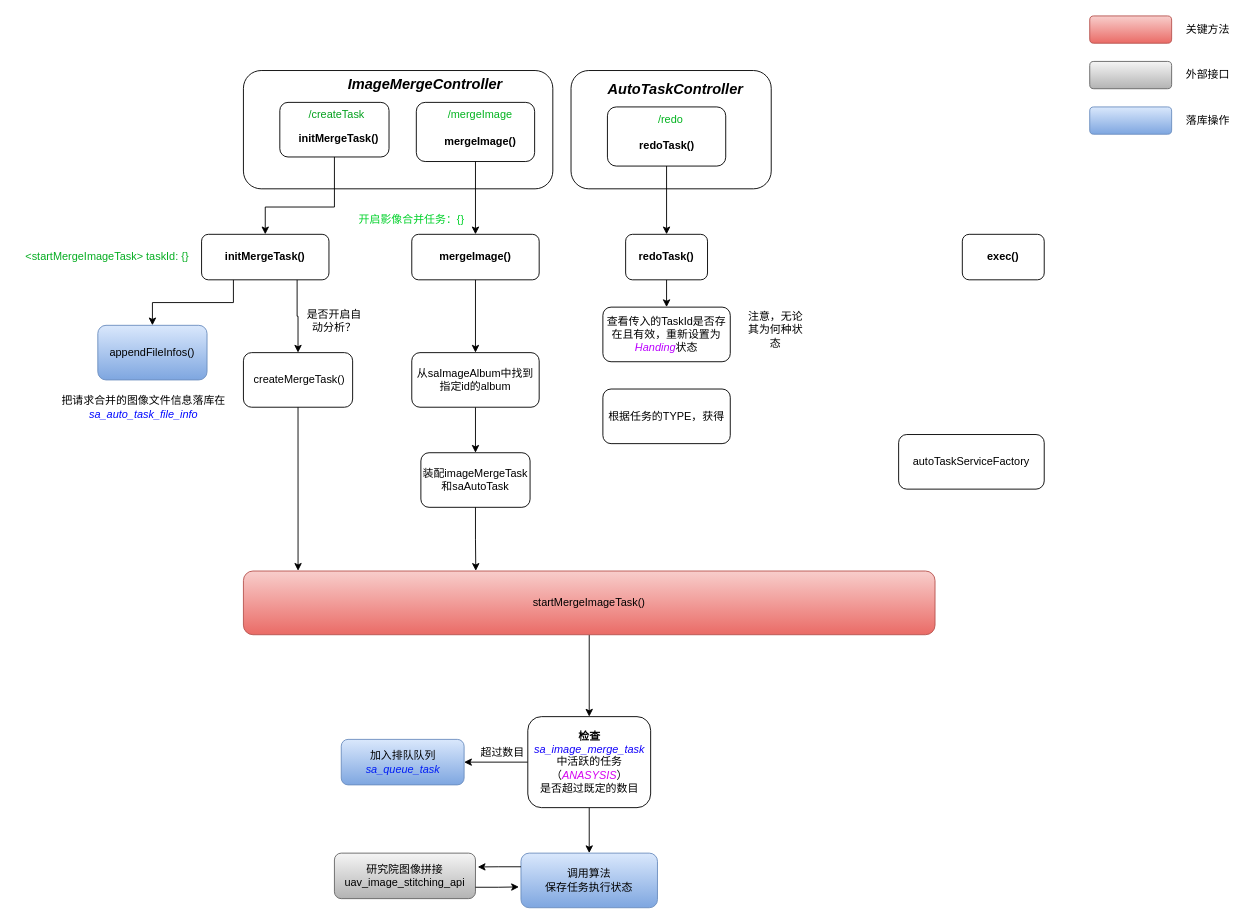
Above: 图像拼接主要接口逻辑.drawio in RK-JD/DrawIO (draw.io), before the change. Source tidied: cells renumbered, new cells numbered last; positions are measured from the earlier drawing's top-left corner, leaving out a move shared by most shapes. Both pictures are drawn from the tidied source at 91%, with x=0, y=0 at pixel (15, 15).
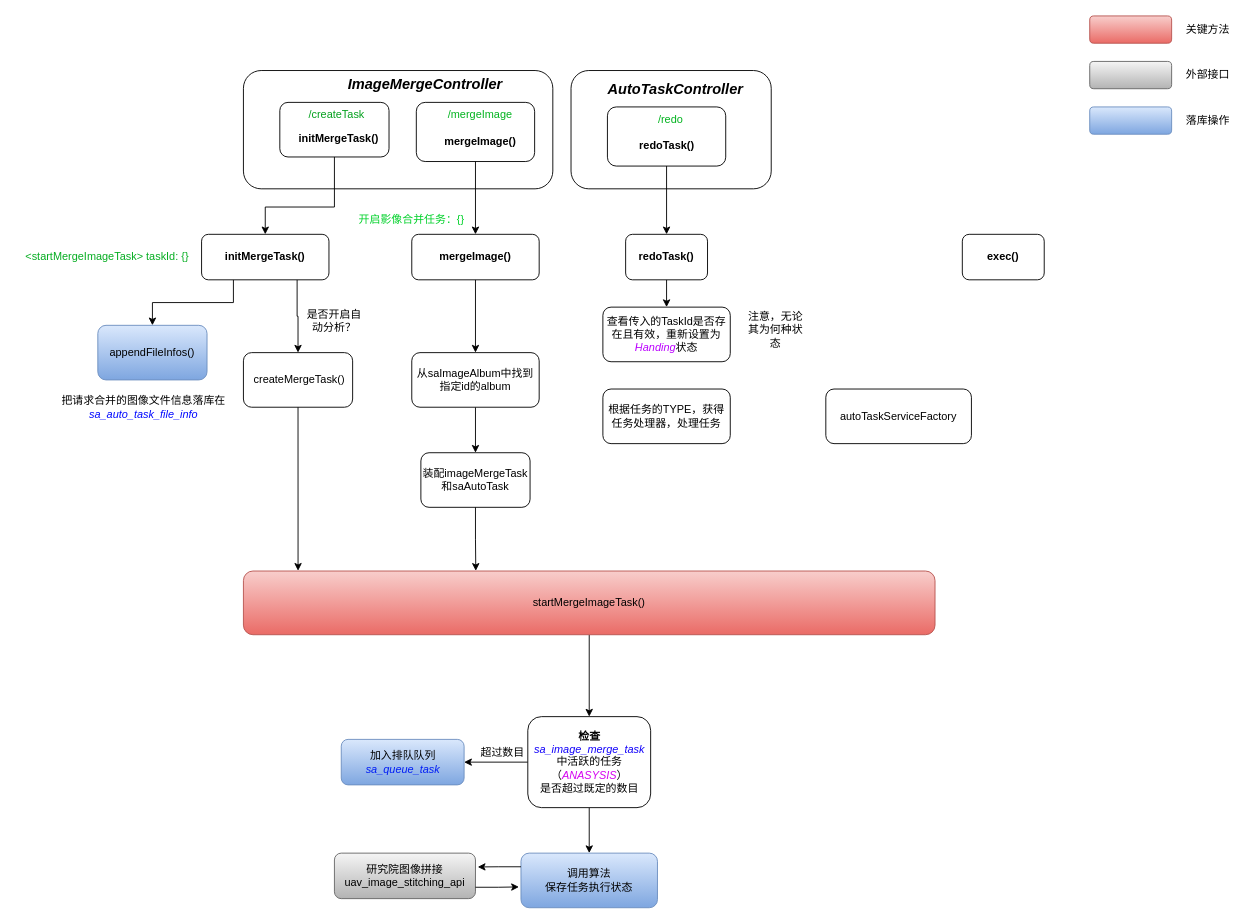
Above is the later version.

Commit message:
更新图像拼接主要接口逻辑.drawio

The edit, as a diff of the source:
```diff
@@
-    <mxCell id="59" value="根据任务的TYPE，获得" style="rounded=1;whiteSpace=wrap;html=1;" parent="1" vertex="1">
+    <mxCell id="59" value="根据任务的TYPE，获得任务处理器，处理任务" style="rounded=1;whiteSpace=wrap;html=1;" parent="1" vertex="1">
       <mxGeometry x="645" y="410" width="140" height="60" as="geometry" />
     </mxCell>
     <mxCell id="60" value="autoTaskServiceFactory" style="rounded=1;whiteSpace=wrap;html=1;" parent="1" vertex="1">
-      <mxGeometry x="970" y="460" width="160" height="60" as="geometry" />
+      <mxGeometry x="890" y="410" width="160" height="60" as="geometry" />
     </mxCell>
```
